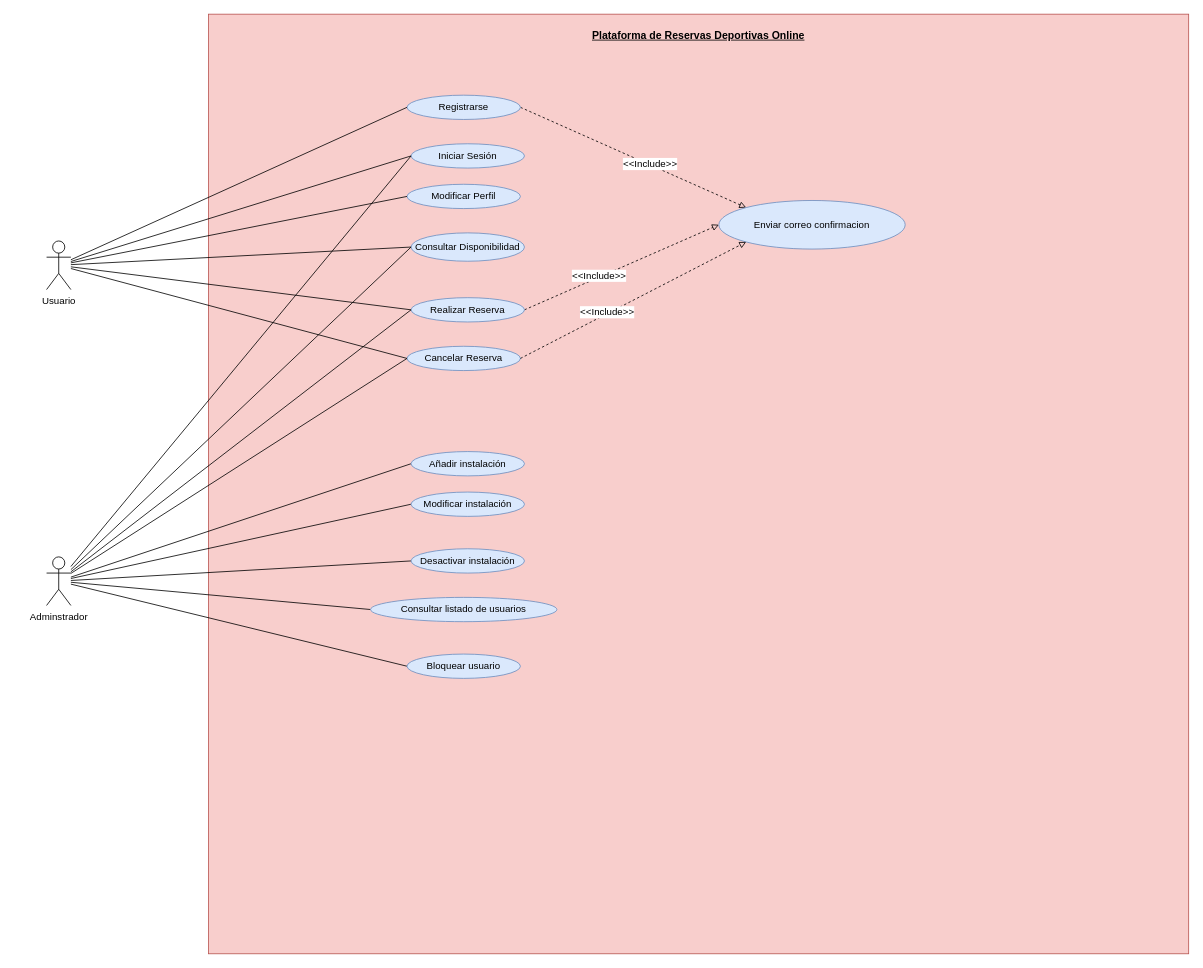
Before: ut5/a1/tarea/DiagramaCasosUso.drawio in JulianGH19/ETS_DAM, a draw.io diagram. Source tidied: cells renumbered, new cells numbered last; positions are measured from the earlier drawing's top-left corner, leaving out a move shared by most shapes. Both pictures are drawn from the tidied source at 81%, with x=0, y=0 at pixel (46, 14).
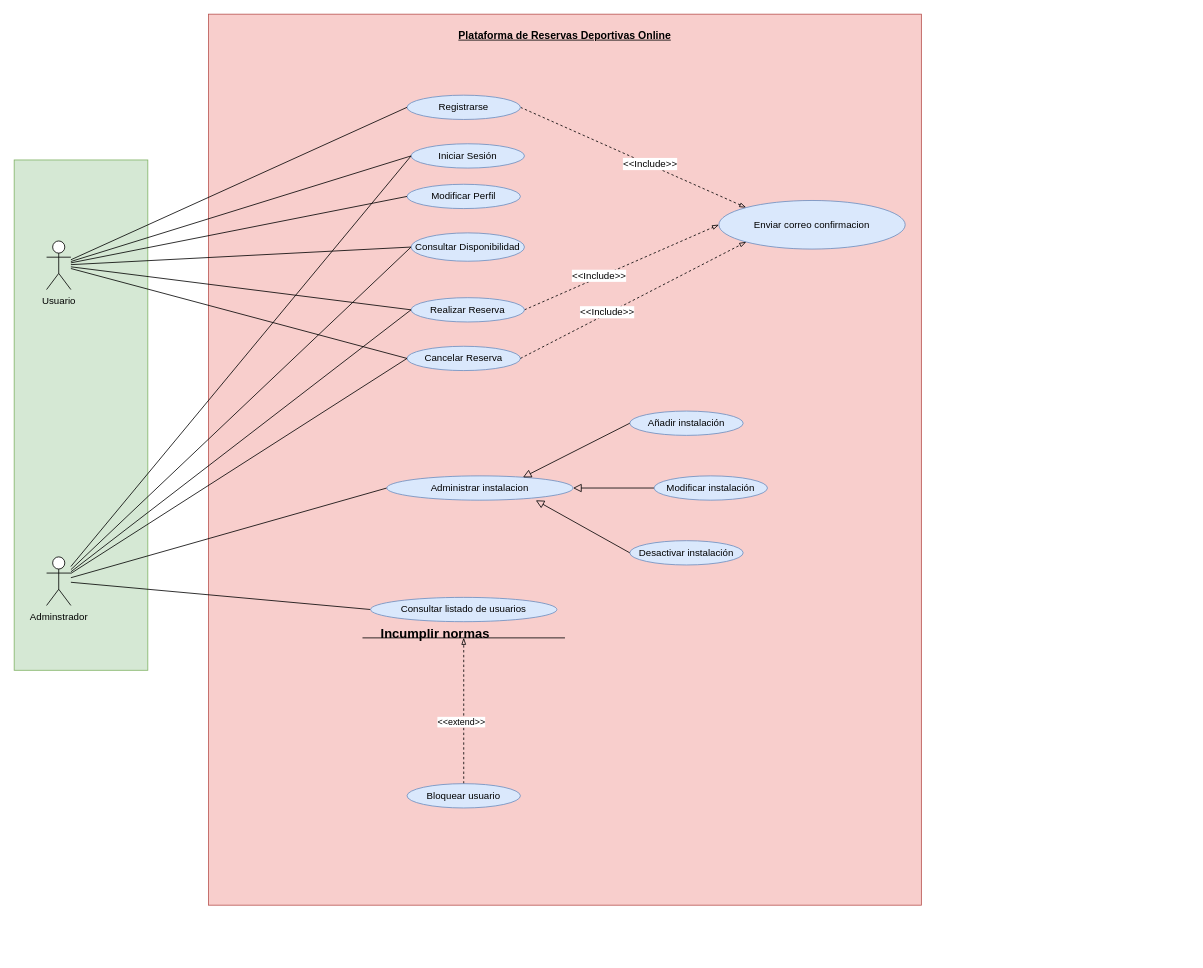
After the change.

Commit message:
diagrama de caso de uso modificado

Unchanged cells that the change refers to:
```xml
<mxCell id="6" value="Registrarse" style="ellipse;whiteSpace=wrap;html=1;fillColor=#dae8fc;strokeColor=#6c8ebf;" parent="1" vertex="1">
  <mxGeometry x="445" y="100" width="140" height="30" as="geometry" />
</mxCell>
<mxCell id="12" value="Realizar Reserva" style="ellipse;whiteSpace=wrap;html=1;fillColor=#dae8fc;strokeColor=#6c8ebf;" parent="1" vertex="1">
  <mxGeometry x="450" y="350" width="140" height="30" as="geometry" />
</mxCell>
<mxCell id="13" value="Cancelar Reserva" style="ellipse;whiteSpace=wrap;html=1;fillColor=#dae8fc;strokeColor=#6c8ebf;" parent="1" vertex="1">
  <mxGeometry x="445" y="410" width="140" height="30" as="geometry" />
</mxCell>
<mxCell id="30" value="Adminstrador" style="shape=umlActor;verticalLabelPosition=bottom;verticalAlign=top;html=1;outlineConnect=0;" parent="1" vertex="1">
  <mxGeometry y="670" width="30" height="60" as="geometry" />
</mxCell>
<mxCell id="36" value="Enviar correo confirmacion" style="ellipse;whiteSpace=wrap;html=1;fillColor=#dae8fc;strokeColor=#6c8ebf;" parent="1" vertex="1">
  <mxGeometry x="830" y="230" width="230" height="60" as="geometry" />
</mxCell>
```

Change to the diagram source:
```diff
@@
+    <mxCell id="39" style="whiteSpace=wrap;html=1;fillColor=#d5e8d4;strokeColor=#82b366;" parent="1" vertex="1">
+      <mxGeometry x="-40" y="180" width="165" height="630" as="geometry" />
+    </mxCell>
     <mxCell id="2" value="&lt;p&gt;&lt;font style=&quot;font-size: 13px;&quot;&gt;&lt;b&gt;&lt;u&gt;Plataforma de Reservas Deportivas Online&lt;/u&gt;&lt;/b&gt;&lt;/font&gt;&lt;/p&gt;" style="whiteSpace=wrap;html=1;gradientDirection=east;horizontal=1;verticalAlign=top;fillColor=#f8cecc;strokeColor=#b85450;gradientColor=none;" parent="1" vertex="1">
-      <mxGeometry x="200" width="1210" height="1160" as="geometry" />
+      <mxGeometry x="200" width="880" height="1100" as="geometry" />
     </mxCell>
@@
-    <mxCell id="4" style="edgeStyle=none;html=1;entryX=0;entryY=0;entryDx=0;entryDy=0;dashed=1;endArrow=block;endFill=0;exitX=1;exitY=0.5;exitDx=0;exitDy=0;" parent="1" edge="1" source="6" target="36">
+    <mxCell id="4" style="edgeStyle=none;html=1;entryX=0;entryY=0;entryDx=0;entryDy=0;dashed=1;endArrow=blockThin;endFill=0;exitX=1;exitY=0.5;exitDx=0;exitDy=0;" parent="1" edge="1" source="6" target="36">
       <mxGeometry relative="1" as="geometry" />
     </mxCell>
@@
-    <mxCell id="10" style="edgeStyle=none;html=1;exitX=1;exitY=0.5;exitDx=0;exitDy=0;entryX=0;entryY=0.5;entryDx=0;entryDy=0;dashed=1;endArrow=block;endFill=0;" parent="1" edge="1" source="12" target="36">
+    <mxCell id="10" style="edgeStyle=none;html=1;exitX=1;exitY=0.5;exitDx=0;exitDy=0;entryX=0;entryY=0.5;entryDx=0;entryDy=0;dashed=1;endArrow=blockThin;endFill=0;" parent="1" edge="1" source="12" target="36">
       <mxGeometry relative="1" as="geometry" />
     </mxCell>
@@
-    <mxCell id="25" style="edgeStyle=none;html=1;entryX=0;entryY=0.5;entryDx=0;entryDy=0;endArrow=none;endFill=0;" parent="1" edge="1" source="30" target="31">
-      <mxGeometry relative="1" as="geometry" />
-    </mxCell>
-    <mxCell id="26" style="edgeStyle=none;html=1;entryX=0;entryY=0.5;entryDx=0;entryDy=0;endArrow=none;endFill=0;" parent="1" edge="1" source="30" target="32">
-      <mxGeometry relative="1" as="geometry" />
-    </mxCell>
-    <mxCell id="27" style="edgeStyle=none;html=1;entryX=0;entryY=0.5;entryDx=0;entryDy=0;endArrow=none;endFill=0;" parent="1" edge="1" source="30" target="33">
-      <mxGeometry relative="1" as="geometry" />
-    </mxCell>
@@
-    <mxCell id="29" style="edgeStyle=none;html=1;entryX=0;entryY=0.5;entryDx=0;entryDy=0;endArrow=none;endFill=0;" parent="1" edge="1" source="30" target="35">
-      <mxGeometry relative="1" as="geometry" />
-    </mxCell>
+    <mxCell id="40" style="edgeStyle=none;html=1;entryX=0;entryY=0.5;entryDx=0;entryDy=0;endArrow=none;endFill=0;" parent="1" edge="1" source="30" target="44">
+      <mxGeometry relative="1" as="geometry" />
+    </mxCell>
@@
     <mxCell id="31" value="Añadir instalación" style="ellipse;whiteSpace=wrap;html=1;fillColor=#dae8fc;strokeColor=#6c8ebf;" parent="1" vertex="1">
-      <mxGeometry x="450" y="540" width="140" height="30" as="geometry" />
+      <mxGeometry x="720" y="490" width="140" height="30" as="geometry" />
     </mxCell>
+    <mxCell id="41" style="edgeStyle=none;html=1;exitX=0;exitY=0.5;exitDx=0;exitDy=0;entryX=1;entryY=0.5;entryDx=0;entryDy=0;endArrow=block;endFill=0;endSize=8;" parent="1" edge="1" source="32" target="44">
+      <mxGeometry relative="1" as="geometry" />
+    </mxCell>
     <mxCell id="32" value="Modificar instalación" style="ellipse;whiteSpace=wrap;html=1;fillColor=#dae8fc;strokeColor=#6c8ebf;" parent="1" vertex="1">
-      <mxGeometry x="450" y="590" width="140" height="30" as="geometry" />
+      <mxGeometry x="750" y="570" width="140" height="30" as="geometry" />
     </mxCell>
     <mxCell id="33" value="Desactivar instalación" style="ellipse;whiteSpace=wrap;html=1;fillColor=#dae8fc;strokeColor=#6c8ebf;" parent="1" vertex="1">
-      <mxGeometry x="450" y="660" width="140" height="30" as="geometry" />
+      <mxGeometry x="720" y="650" width="140" height="30" as="geometry" />
     </mxCell>
@@
+    <mxCell id="42" style="edgeStyle=none;html=1;dashed=1;endArrow=blockThin;endFill=0;" parent="1" edge="1" source="35">
+      <mxGeometry relative="1" as="geometry">
+        <mxPoint x="515" y="770" as="targetPoint" />
+      </mxGeometry>
+    </mxCell>
+    <mxCell id="43" value="&amp;lt;&amp;lt;extend&amp;gt;&amp;gt;" style="edgeLabel;html=1;align=center;verticalAlign=middle;" parent="42" vertex="1">
+      <mxGeometry x="-0.14" y="4" relative="1" as="geometry" />
+    </mxCell>
     <mxCell id="35" value="Bloquear usuario" style="ellipse;whiteSpace=wrap;html=1;fillColor=#dae8fc;strokeColor=#6c8ebf;" parent="1" vertex="1">
-      <mxGeometry x="445" y="790" width="140" height="30" as="geometry" />
+      <mxGeometry x="445" y="950" width="140" height="30" as="geometry" />
     </mxCell>
@@
-    <mxCell id="37" style="edgeStyle=none;html=1;exitX=1;exitY=0.5;exitDx=0;exitDy=0;entryX=0;entryY=1;entryDx=0;entryDy=0;dashed=1;endArrow=block;endFill=0;" parent="1" edge="1" source="13" target="36">
+    <mxCell id="37" style="edgeStyle=none;html=1;exitX=1;exitY=0.5;exitDx=0;exitDy=0;entryX=0;entryY=1;entryDx=0;entryDy=0;dashed=1;endArrow=blockThin;endFill=0;" parent="1" edge="1" source="13" target="36">
       <mxGeometry relative="1" as="geometry" />
     </mxCell>
@@
+    <mxCell id="44" value="Administrar instalacion" style="ellipse;whiteSpace=wrap;html=1;fillColor=#dae8fc;strokeColor=#6c8ebf;" parent="1" vertex="1">
+      <mxGeometry x="420" y="570" width="230" height="30" as="geometry" />
+    </mxCell>
+    <mxCell id="45" style="edgeStyle=none;html=1;exitX=0;exitY=0.5;exitDx=0;exitDy=0;entryX=0.731;entryY=0.061;entryDx=0;entryDy=0;entryPerimeter=0;endArrow=block;endFill=0;strokeColor=light-dark(#000000,#EDEDED);strokeWidth=1;endSize=8;" parent="1" edge="1" source="31" target="44">
+      <mxGeometry relative="1" as="geometry" />
+    </mxCell>
+    <mxCell id="46" style="edgeStyle=none;html=1;exitX=0;exitY=0.5;exitDx=0;exitDy=0;entryX=0.8;entryY=1.006;entryDx=0;entryDy=0;entryPerimeter=0;endArrow=block;endFill=0;endSize=8;" parent="1" edge="1" source="33" target="44">
+      <mxGeometry relative="1" as="geometry" />
+    </mxCell>
+    <mxCell id="47" style="endArrow=none;html=1;" parent="1" edge="1" source="49">
+      <mxGeometry relative="1" as="geometry">
+        <mxPoint x="640" y="770" as="targetPoint" />
+        <Array as="points">
+          <mxPoint x="390" y="770" />
+        </Array>
+      </mxGeometry>
+    </mxCell>
+    <mxCell id="48" style="endArrow=none;html=1;" parent="1" edge="1">
+      <mxGeometry relative="1" as="geometry">
+        <mxPoint x="640" y="770" as="sourcePoint" />
+        <mxPoint x="640" y="770" as="targetPoint" />
+      </mxGeometry>
+    </mxCell>
+    <mxCell id="49" value="Incumplir normas" style="text;html=1;align=center;verticalAlign=middle;whiteSpace=wrap;rounded=0;fontStyle=1;fontSize=16;" parent="1" vertex="1">
+      <mxGeometry x="390" y="750" width="180" height="30" as="geometry" />
+    </mxCell>
```
